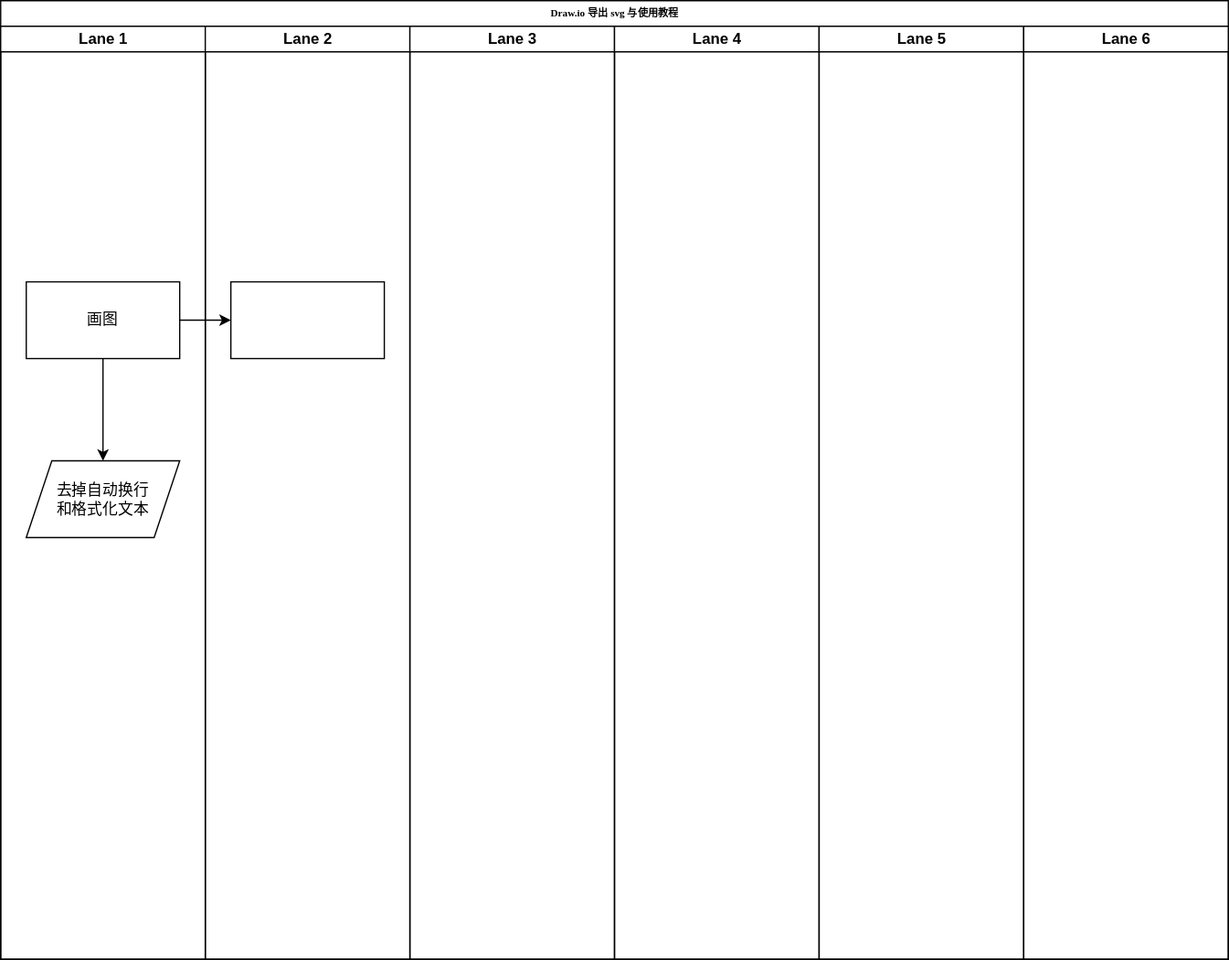
InoryLwc/ConfigRepo keeps this draw.io diagram as Draw.io/draw.io 的导出教程.svg. Above is the earlier version. Source tidied: cells renumbered, new cells last; positions are measured from the earlier drawing's top-left corner, leaving out a move shared by most shapes.
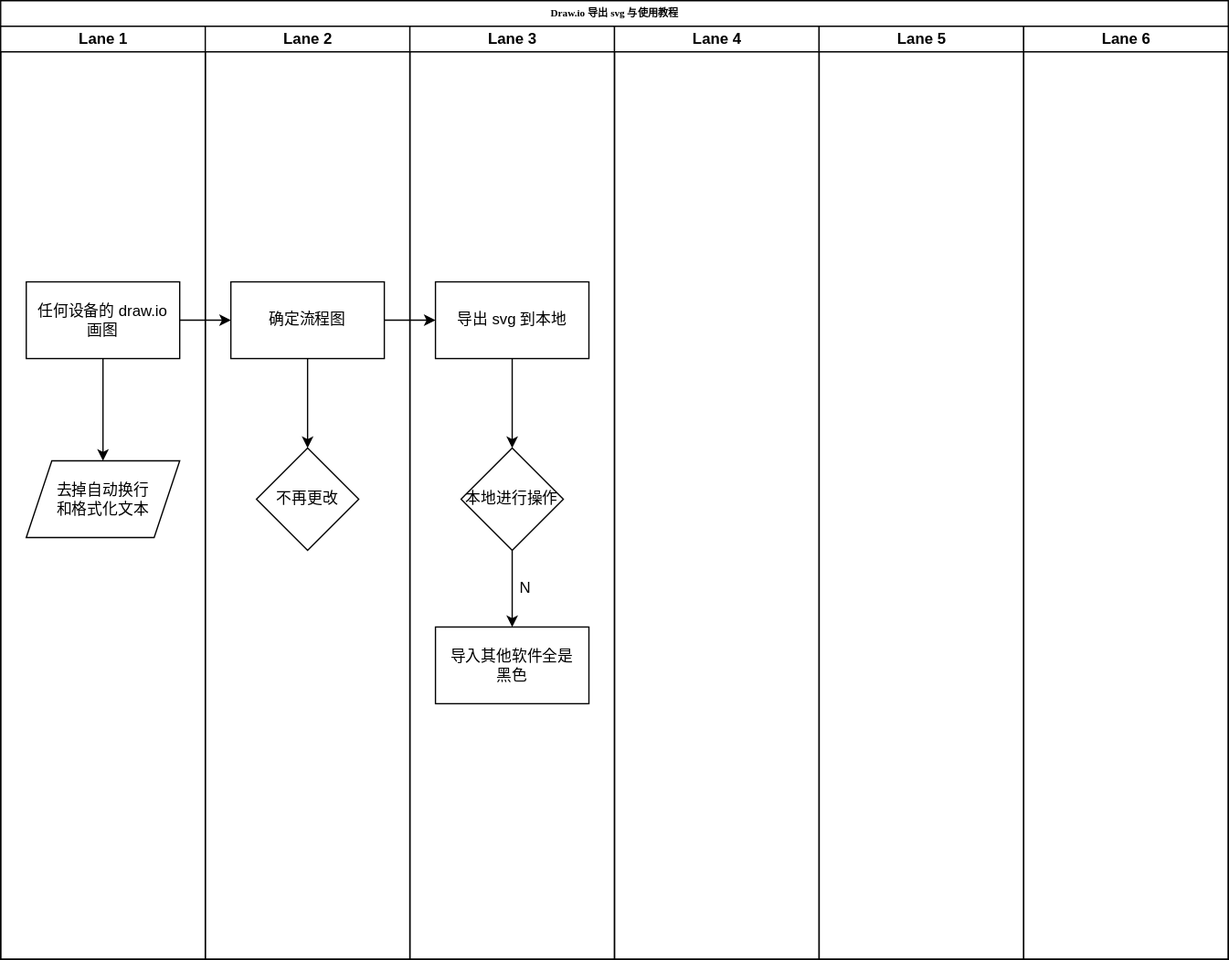
After the change.

Commit message:
更新draw.io 的导出教程.svg

The edit, as a diff of the source:
```diff
@@ -11,7 +11,7 @@
     <mxCell id="4" style="edgeStyle=orthogonalEdgeStyle;rounded=0;jettySize=auto;html=1;" parent="3" edge="1" source="5" target="6">
       <mxGeometry relative="1" as="geometry" />
     </mxCell>
-    <mxCell id="5" value="画图" style="rounded=0;whiteSpace=wrap;html=1;" parent="3" vertex="1">
+    <mxCell id="5" value="任何设备的 draw.io &lt;br&gt;画图" style="rounded=0;whiteSpace=wrap;html=1;" parent="3" vertex="1">
       <mxGeometry x="20" y="200" width="120" height="60" as="geometry" />
     </mxCell>
     <mxCell id="6" value="去掉自动换行&lt;br&gt;和格式化文本" style="shape=parallelogram;perimeter=parallelogramPerimeter;whiteSpace=wrap;html=1;fixedSize=1;rounded=0;" parent="3" vertex="1">
@@ -20,12 +20,24 @@
     <mxCell id="7" value="Lane 2" style="swimlane;html=1;startSize=20;" parent="2" vertex="1">
       <mxGeometry x="160" y="20" width="160" height="730" as="geometry" />
     </mxCell>
-    <mxCell id="8" style="rounded=0;whiteSpace=wrap;html=1;" parent="7" vertex="1">
+    <mxCell id="8" value="确定流程图" style="rounded=0;whiteSpace=wrap;html=1;" parent="7" vertex="1">
       <mxGeometry x="20" y="200" width="120" height="60" as="geometry" />
     </mxCell>
     <mxCell id="9" value="Lane 3" style="swimlane;html=1;startSize=20;" parent="2" vertex="1">
       <mxGeometry x="320" y="20" width="160" height="730" as="geometry" />
     </mxCell>
+    <mxCell id="14" value="导出 svg 到本地" style="whiteSpace=wrap;html=1;rounded=0;" parent="9" vertex="1">
+      <mxGeometry x="20" y="200" width="120" height="60" as="geometry" />
+    </mxCell>
+    <mxCell id="15" value="本地进行操作" style="rhombus;whiteSpace=wrap;html=1;" parent="9" vertex="1">
+      <mxGeometry x="40" y="330" width="80" height="80" as="geometry" />
+    </mxCell>
+    <mxCell id="16" value="N" style="text;html=1;align=center;verticalAlign=middle;strokeColor=none;fillColor=none;" parent="9" vertex="1">
+      <mxGeometry x="80" y="430" width="20" height="20" as="geometry" />
+    </mxCell>
+    <mxCell id="17" value="导入其他软件全是&lt;br&gt;黑色" style="rounded=0;whiteSpace=wrap;html=1;" parent="9" vertex="1">
+      <mxGeometry x="20" y="470" width="120" height="60" as="geometry" />
+    </mxCell>
     <mxCell id="10" value="Lane 4" style="swimlane;html=1;startSize=20;" parent="2" vertex="1">
       <mxGeometry x="480" y="20" width="160" height="730" as="geometry" />
     </mxCell>
@@ -38,5 +50,24 @@
     <mxCell id="13" style="edgeStyle=orthogonalEdgeStyle;rounded=0;jettySize=auto;html=1;" parent="2" edge="1" source="5" target="8">
       <mxGeometry relative="1" as="geometry" />
     </mxCell>
+    <mxCell id="18" style="edgeStyle=orthogonalEdgeStyle;rounded=0;jettySize=auto;html=1;" parent="2" edge="1" source="8" target="14">
+      <mxGeometry relative="1" as="geometry" />
+    </mxCell>
+    <mxCell id="19" value="不再更改" style="rhombus;whiteSpace=wrap;html=1;rounded=0;" parent="1" vertex="1">
+      <mxGeometry x="200" y="350" width="80" height="80" as="geometry" />
+    </mxCell>
+    <mxCell id="20" style="edgeStyle=orthogonalEdgeStyle;rounded=0;jettySize=auto;html=1;" parent="1" edge="1" source="8" target="19">
+      <mxGeometry relative="1" as="geometry" />
+    </mxCell>
+    <mxCell id="21" style="edgeStyle=orthogonalEdgeStyle;rounded=0;jettySize=auto;html=1;exitX=0.5;exitY=1;exitDx=0;exitDy=0;" parent="1" edge="1" source="15">
+      <mxGeometry relative="1" as="geometry">
+        <mxPoint x="400" y="490" as="targetPoint" />
+      </mxGeometry>
+    </mxCell>
+    <mxCell id="22" style="edgeStyle=orthogonalEdgeStyle;rounded=0;jettySize=auto;html=1;" parent="1" edge="1" source="14">
+      <mxGeometry relative="1" as="geometry">
+        <mxPoint x="400" y="350" as="targetPoint" />
+      </mxGeometry>
+    </mxCell>
   </root>
 </mxGraphModel>
```
